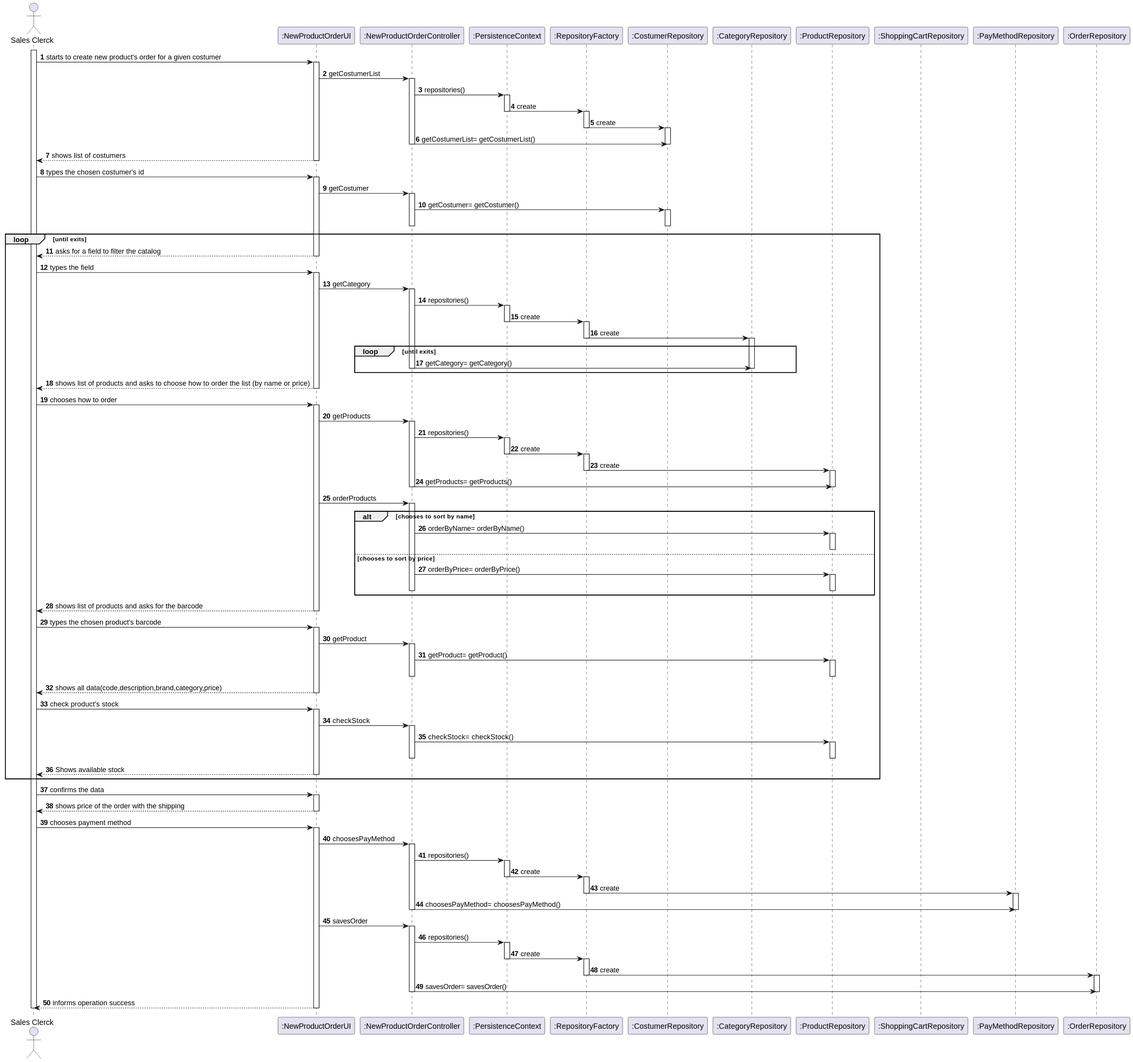
Before: docs/Sprint2/US1004/US1004_SD.svg, a diagram exported from PlantUML (marttuga/LAPR4-SmartSystems). Its diagram source:
```plantuml
@startuml
autonumber
actor "Sales Clerck" as SC
participant ":NewProductOrderUI" as UI
participant ":NewProductOrderController" as CTRL
participant ":PersistenceContext" as PC
participant ":RepositoryFactory" as RF
participant ":CostumerRepository" as CostRepo
participant ":CategoryRepository" as CatRepo
participant ":ProductRepository" as ProdRepo
participant ":ShoppingCartRepository" as ShopRepo
participant ":PayMethodRepository" as PayRepo
participant ":OrderRepository" as OrdRepo




activate SC

SC -> UI : starts to create new product's order for a given costumer
activate UI

UI -> CTRL : getCostumerList
activate CTRL
CTRL -> PC : repositories()

activate PC
PC -> RF : create
deactivate PC
activate RF
RF -> CostRepo : create
deactivate RF
activate CostRepo
deactivate CostRepo
CTRL -> CostRepo : getCostumerList= getCostumerList()
deactivate CTRL
deactivate CostRepo
UI --> SC : shows list of costumers
deactivate PC
deactivate UI

SC -> UI : types the chosen costumer's id
activate UI

UI -> CTRL : getCostumer
activate CTRL
CTRL -> CostRepo : getCostumer= getCostumer()
activate CostRepo
deactivate CTRL
deactivate CostRepo



loop until exits

UI --> SC : asks for a field to filter the catalog
deactivate UI
SC -> UI : types the field
activate UI


UI -> CTRL : getCategory
activate CTRL
CTRL -> PC : repositories()

activate PC
PC -> RF : create
deactivate PC
activate RF
RF -> CatRepo : create
deactivate RF
activate CatRepo
deactivate CatRepo
loop until exits
CTRL -> CatRepo : getCategory= getCategory()
deactivate CTRL
deactivate CatRepo

end loop
UI --> SC : shows list of products and asks to choose how to order the list (by name or price)
deactivate UI

SC -> UI : chooses how to order
activate UI


UI -> CTRL : getProducts
activate CTRL
CTRL -> PC : repositories()

activate PC
PC -> RF : create
deactivate PC
activate RF
RF -> ProdRepo : create
deactivate RF
activate ProdRepo
deactivate ProdRepo
CTRL -> ProdRepo : getProducts= getProducts()
deactivate CTRL
deactivate ProdRepo

UI -> CTRL : orderProducts
activate CTRL

alt chooses to sort by name
CTRL -> ProdRepo : orderByName= orderByName()
activate ProdRepo
deactivate ProdRepo

else chooses to sort by price
CTRL -> ProdRepo : orderByPrice= orderByPrice()
activate ProdRepo
deactivate CTRL
deactivate ProdRepo
end


UI --> SC : shows list of products and asks for the barcode
deactivate UI

SC -> UI : types the chosen product's barcode
activate UI


UI -> CTRL : getProduct
activate CTRL
CTRL -> ProdRepo : getProduct= getProduct()
activate ProdRepo
deactivate CTRL
deactivate ProdRepo

UI --> SC :shows all data(code,description,brand,category,price)
deactivate UI
SC -> UI : check product's stock
activate UI

UI -> CTRL : checkStock
activate CTRL
CTRL -> ProdRepo : checkStock= checkStock()
activate ProdRepo
deactivate CTRL
deactivate ProdRepo


UI --> SC : Shows available stock
deactivate UI

end loop

SC -> UI : confirms the data

activate UI


UI --> SC : shows price of the order with the shipping
deactivate UI

SC -> UI : chooses payment method
activate UI


UI -> CTRL : choosesPayMethod
activate CTRL
CTRL -> PC : repositories()

activate PC
PC -> RF : create
deactivate PC
activate RF
RF -> PayRepo : create
deactivate RF
activate PayRepo
deactivate PayRepo
CTRL -> PayRepo : choosesPayMethod= choosesPayMethod()
deactivate CTRL
deactivate PayRepo



UI -> CTRL : savesOrder
activate CTRL
CTRL -> PC : repositories()

activate PC
PC -> RF : create
deactivate PC
activate RF
RF -> OrdRepo : create
deactivate RF
activate OrdRepo
deactivate OrdRepo
CTRL -> OrdRepo : savesOrder= savesOrder()
deactivate CTRL
deactivate OrdRepo

UI --> SC : informs operation success
deactivate UI
deactivate SC

@enduml
```
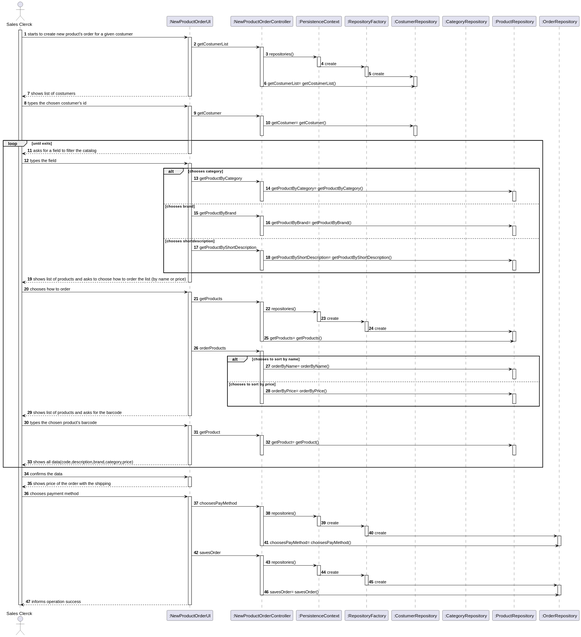
Above is the later version.

The edit, as a diff of the source:
```diff
@@ -8,8 +8,6 @@
 participant ":CostumerRepository" as CostRepo
 participant ":CategoryRepository" as CatRepo
 participant ":ProductRepository" as ProdRepo
-participant ":ShoppingCartRepository" as ShopRepo
-participant ":PayMethodRepository" as PayRepo
 participant ":OrderRepository" as OrdRepo
 
 
@@ -59,24 +57,30 @@
 activate UI
 
 
-UI -> CTRL : getCategory
+alt chooses category
+UI -> CTRL : getProductByCategory
 activate CTRL
-CTRL -> PC : repositories()
+CTRL -> ProdRepo : getProductByCategory= getProductByCategory()
+activate ProdRepo
+deactivate CTRL
+deactivate ProdRepo
 
-activate PC
-PC -> RF : create
-deactivate PC
-activate RF
-RF -> CatRepo : create
-deactivate RF
-activate CatRepo
-deactivate CatRepo
-loop until exits
-CTRL -> CatRepo : getCategory= getCategory()
+else chooses brand
+UI -> CTRL : getProductByBrand
+activate CTRL
+CTRL -> ProdRepo : getProductByBrand= getProductByBrand()
+activate ProdRepo
 deactivate CTRL
-deactivate CatRepo
+deactivate ProdRepo
 
-end loop
+else chooses shortdescription
+UI -> CTRL : getProductByShortDescription
+activate CTRL
+CTRL -> ProdRepo : getProductByShortDescription= getProductByShortDescription()
+activate ProdRepo
+deactivate CTRL
+deactivate ProdRepo
+end
 UI --> SC : shows list of products and asks to choose how to order the list (by name or price)
 deactivate UI
 
@@ -132,19 +136,7 @@
 
 UI --> SC :shows all data(code,description,brand,category,price)
 deactivate UI
-SC -> UI : check product's stock
-activate UI
 
-UI -> CTRL : checkStock
-activate CTRL
-CTRL -> ProdRepo : checkStock= checkStock()
-activate ProdRepo
-deactivate CTRL
-deactivate ProdRepo
-
-
-UI --> SC : Shows available stock
-deactivate UI
 
 end loop
 
@@ -168,13 +160,13 @@
 PC -> RF : create
 deactivate PC
 activate RF
-RF -> PayRepo : create
+RF -> OrdRepo : create
 deactivate RF
-activate PayRepo
-deactivate PayRepo
-CTRL -> PayRepo : choosesPayMethod= choosesPayMethod()
+activate OrdRepo
+deactivate OrdRepo
+CTRL -> OrdRepo : choosesPayMethod= choosesPayMethod()
 deactivate CTRL
-deactivate PayRepo
+deactivate OrdRepo
 
 
 
```
